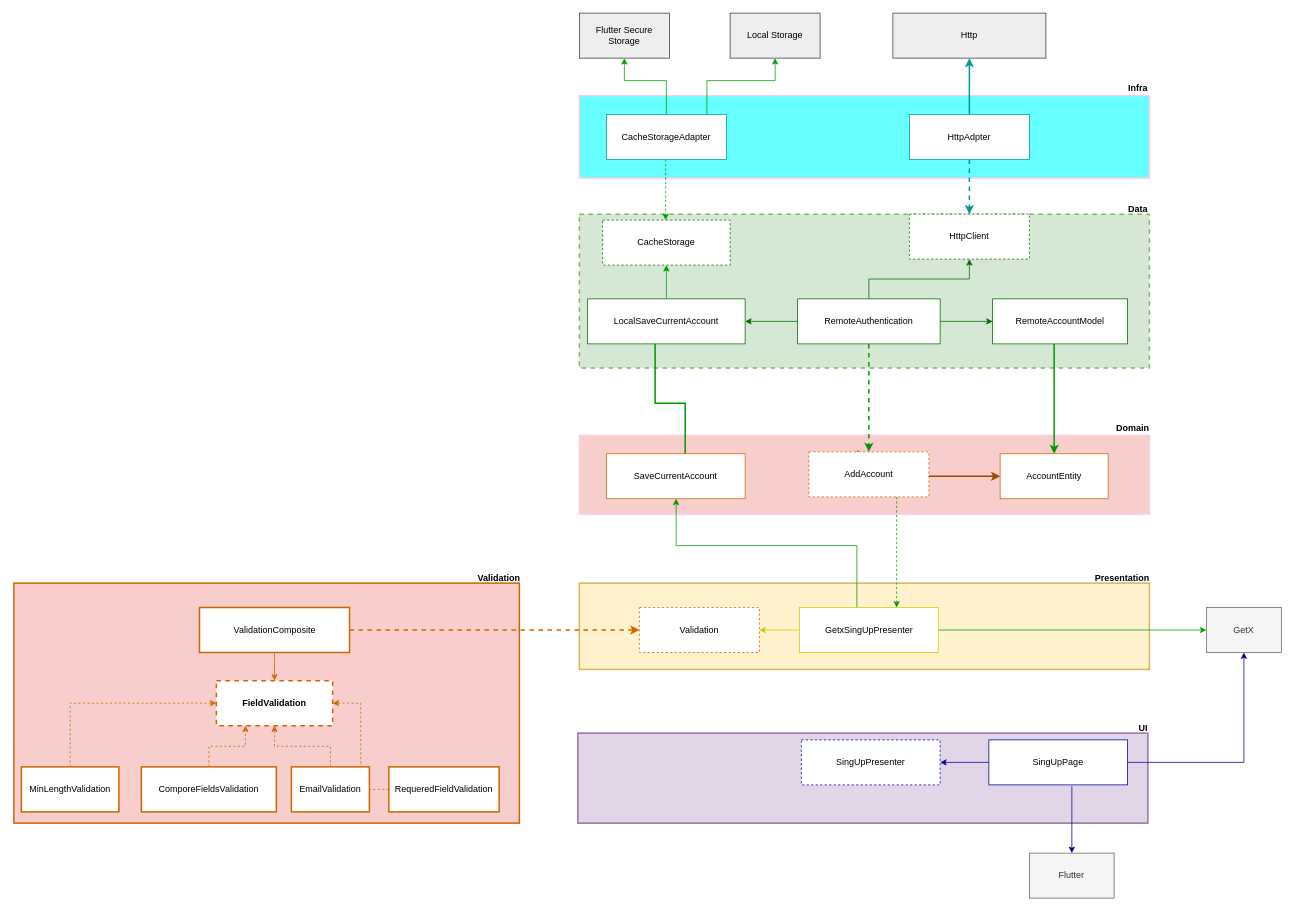
Above: page "SignUp" (3 of 4) of diagrams/authentication_use_case.drawio in rrs-sistema/mobile-sales-micros-services (draw.io), before the change. Source tidied: cells renumbered, new cells numbered last; positions are measured from the earlier drawing's top-left corner, leaving out a move shared by most shapes. Both pictures are drawn from the tidied source at 75%, with x=0, y=0 at pixel (14, 13).
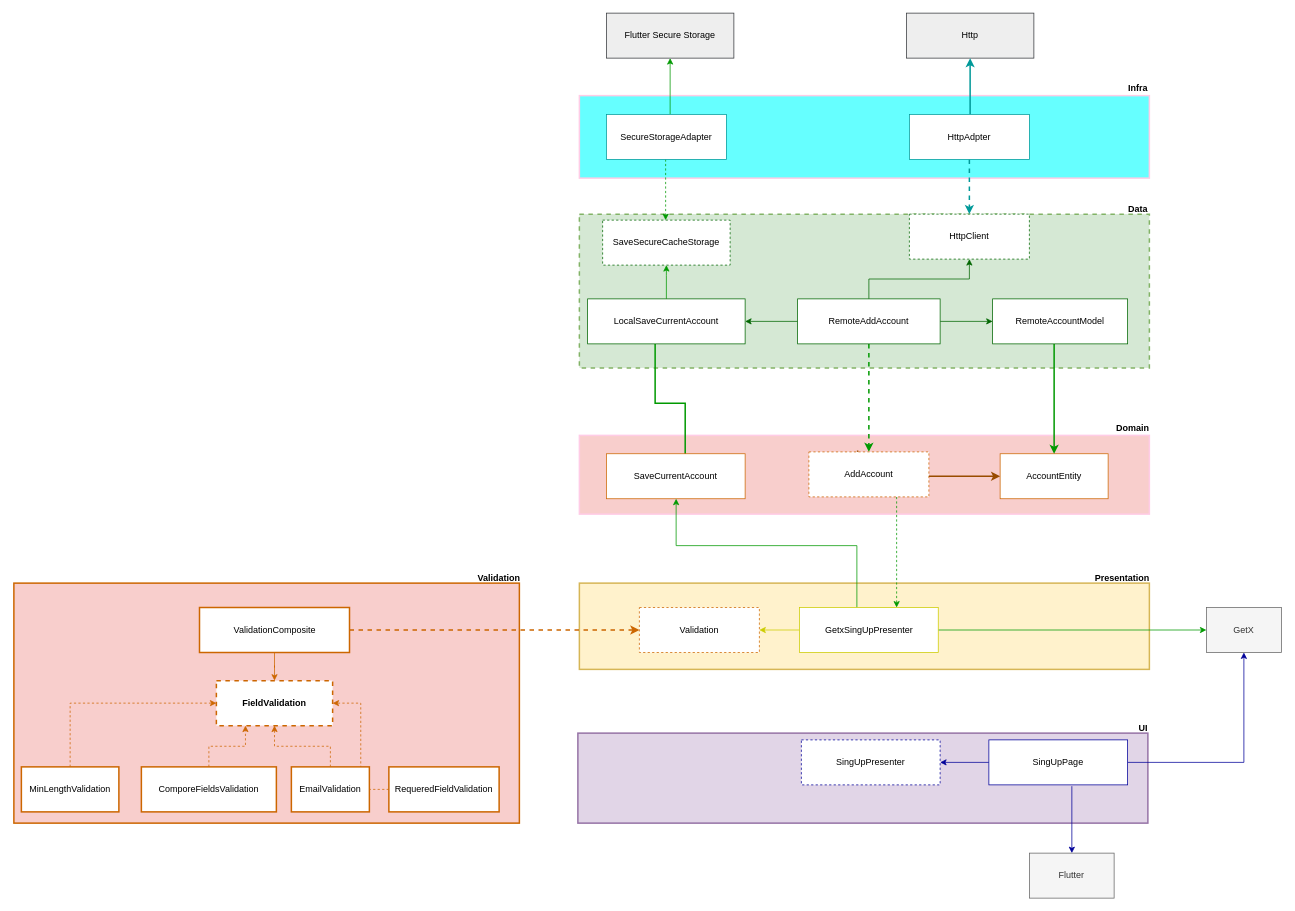
Above is the later version.

Unchanged cells that the change refers to:
```xml
<mxCell id="27" value="HttpAdpter" style="rounded=0;whiteSpace=wrap;html=1;strokeColor=#009999;strokeWidth=1;fillColor=default;" parent="1" vertex="1">
  <mxGeometry x="1194" y="135" width="160" height="60" as="geometry" />
</mxCell>
```

The edit, as a diff of the source:
```diff
@@
-    <mxCell id="10" value="RemoteAuthentication" style="rounded=0;whiteSpace=wrap;html=1;strokeColor=#006600;strokeWidth=1;fillColor=default;" parent="1" vertex="1">
+    <mxCell id="10" value="RemoteAddAccount" style="rounded=0;whiteSpace=wrap;html=1;strokeColor=#006600;strokeWidth=1;fillColor=default;" parent="1" vertex="1">
       <mxGeometry x="1045" y="381" width="190" height="60" as="geometry" />
     </mxCell>
@@
     <mxCell id="24" value="Http" style="rounded=0;whiteSpace=wrap;html=1;strokeColor=#36393d;strokeWidth=1;fillColor=#eeeeee;" parent="1" vertex="1">
-      <mxGeometry x="1172" width="204" height="60" as="geometry" />
+      <mxGeometry x="1190" width="170" height="60" as="geometry" />
     </mxCell>
@@
     <mxCell id="26" style="edgeStyle=orthogonalEdgeStyle;rounded=0;jettySize=auto;html=1;entryX=0.5;entryY=1;entryDx=0;entryDy=0;strokeColor=#009999;strokeWidth=2;" parent="1" edge="1" source="27" target="24">
-      <mxGeometry relative="1" as="geometry" />
+      <mxGeometry relative="1" as="geometry">
+        <Array as="points">
+          <mxPoint x="1275" y="120" />
+          <mxPoint x="1275" y="120" />
+        </Array>
+      </mxGeometry>
     </mxCell>
@@
-    <mxCell id="52" value="CacheStorage" style="rounded=0;whiteSpace=wrap;html=1;strokeColor=#006600;strokeWidth=1;fillColor=default;dashed=1;" parent="1" vertex="1">
+    <mxCell id="52" value="SaveSecureCacheStorage" style="rounded=0;whiteSpace=wrap;html=1;strokeColor=#006600;strokeWidth=1;fillColor=default;dashed=1;" parent="1" vertex="1">
       <mxGeometry x="785" y="276" width="170" height="60" as="geometry" />
     </mxCell>
@@
     <mxCell id="54" style="edgeStyle=orthogonalEdgeStyle;rounded=0;jettySize=auto;html=1;entryX=0.5;entryY=1;entryDx=0;entryDy=0;strokeColor=#009900;" parent="1" edge="1" source="56" target="57">
       <mxGeometry relative="1" as="geometry">
         <Array as="points">
-          <mxPoint x="870" y="90" />
-          <mxPoint x="814" y="90" />
+          <mxPoint x="875" y="110" />
+          <mxPoint x="875" y="110" />
         </Array>
       </mxGeometry>
     </mxCell>
-    <mxCell id="55" style="edgeStyle=orthogonalEdgeStyle;rounded=0;jettySize=auto;html=1;entryX=0.5;entryY=1;entryDx=0;entryDy=0;strokeColor=#009900;" parent="1" edge="1" source="56" target="58">
-      <mxGeometry relative="1" as="geometry">
-        <Array as="points">
-          <mxPoint x="924" y="90" />
-          <mxPoint x="1015" y="90" />
-        </Array>
-      </mxGeometry>
-    </mxCell>
-    <mxCell id="56" value="CacheStorageAdapter" style="rounded=0;whiteSpace=wrap;html=1;strokeColor=#009999;strokeWidth=1;fillColor=default;" parent="1" vertex="1">
+    <mxCell id="56" value="SecureStorageAdapter" style="rounded=0;whiteSpace=wrap;html=1;strokeColor=#009999;strokeWidth=1;fillColor=default;" parent="1" vertex="1">
       <mxGeometry x="790" y="135" width="160" height="60" as="geometry" />
     </mxCell>
     <mxCell id="57" value="Flutter Secure Storage" style="rounded=0;whiteSpace=wrap;html=1;strokeColor=#36393d;strokeWidth=1;fillColor=#eeeeee;" parent="1" vertex="1">
-      <mxGeometry x="754" width="120" height="60" as="geometry" />
+      <mxGeometry x="790" width="170" height="60" as="geometry" />
     </mxCell>
-    <mxCell id="58" value="Local Storage" style="rounded=0;whiteSpace=wrap;html=1;strokeColor=#36393d;strokeWidth=1;fillColor=#eeeeee;" parent="1" vertex="1">
-      <mxGeometry x="955" width="120" height="60" as="geometry" />
-    </mxCell>
```
